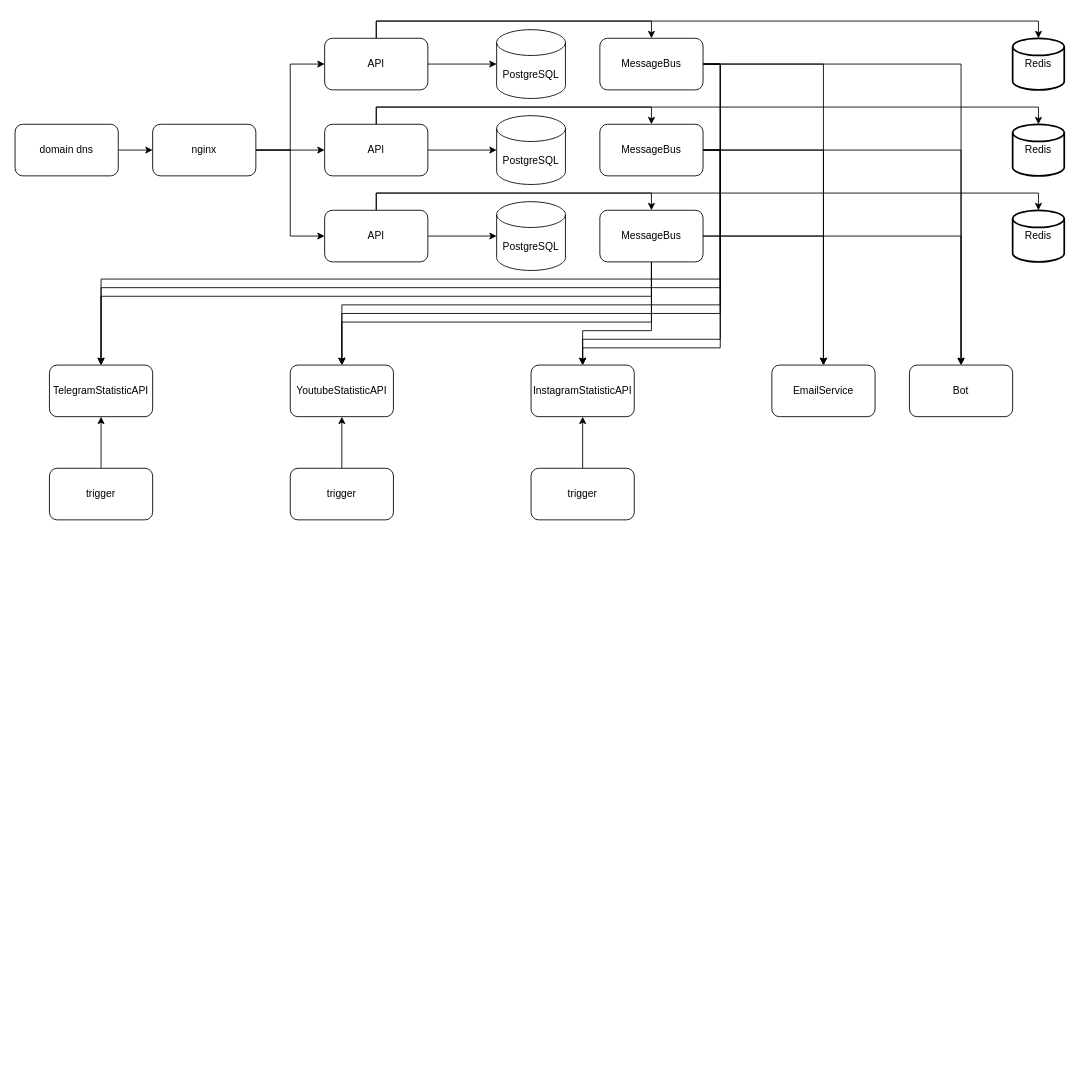
Before: page "CommonScheme" (4 of 7) of Advertiser-Blogger.drawio in KmvRoman/Diagrams, a draw.io diagram. Source tidied: cells renumbered, new cells numbered last; positions are measured from the earlier drawing's top-left corner, leaving out a move shared by most shapes. Both pictures are drawn from the tidied source at 86%, with x=0, y=0 at pixel (15, 29).
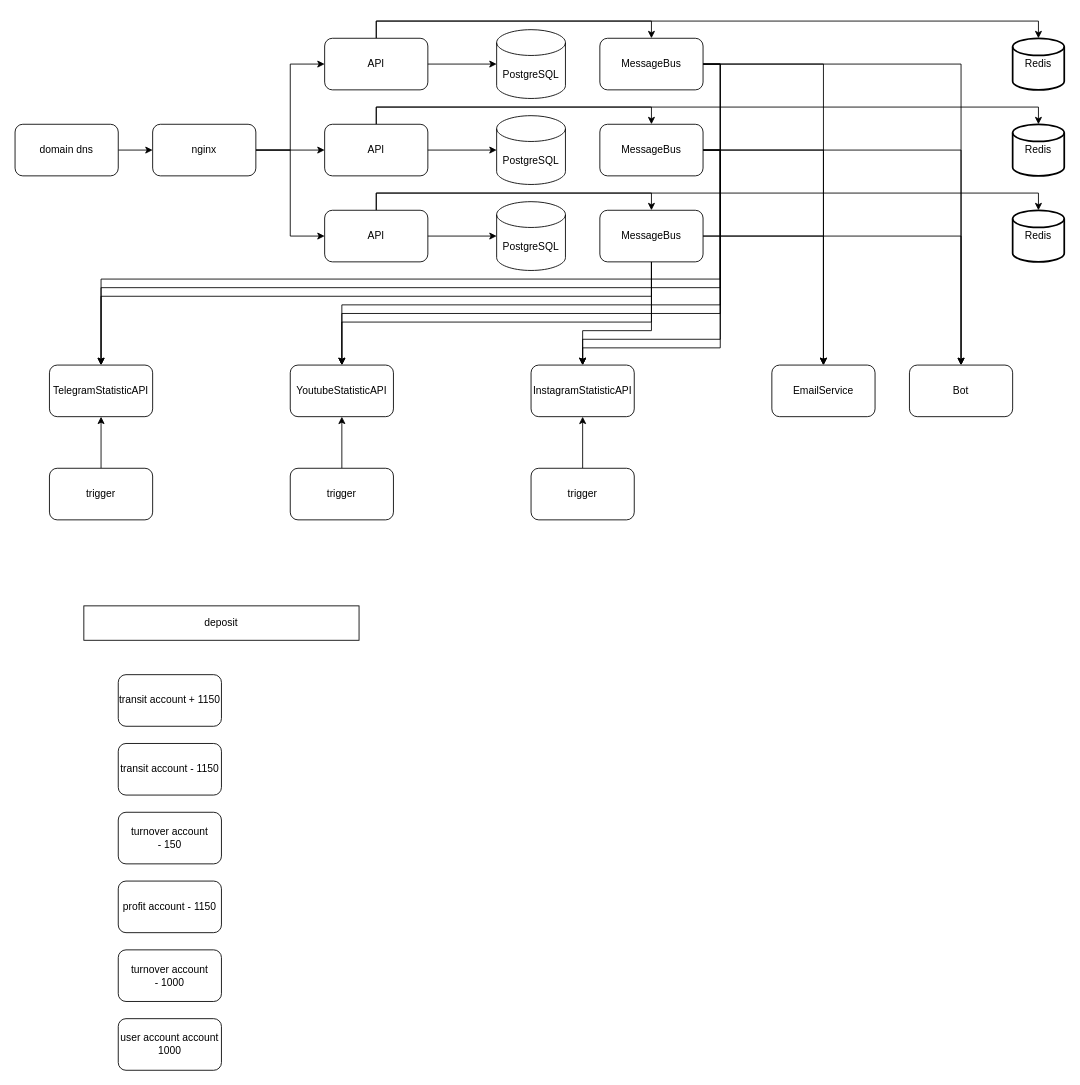
The same page after the edit.

The edit, as a diff of the source:
```diff
@@
+    <mxCell id="55" value="deposit" style="rounded=0;whiteSpace=wrap;html=1;" parent="1" vertex="1">
+      <mxGeometry x="80" y="670" width="320" height="40" as="geometry" />
+    </mxCell>
+    <mxCell id="56" value="transit account + 1150" style="rounded=1;whiteSpace=wrap;html=1;" parent="1" vertex="1">
+      <mxGeometry x="120" y="750" width="120" height="60" as="geometry" />
+    </mxCell>
+    <mxCell id="57" value="transit account - 1150" style="rounded=1;whiteSpace=wrap;html=1;" parent="1" vertex="1">
+      <mxGeometry x="120" y="830" width="120" height="60" as="geometry" />
+    </mxCell>
+    <mxCell id="58" value="turnover account &lt;br&gt;- 150" style="rounded=1;whiteSpace=wrap;html=1;" parent="1" vertex="1">
+      <mxGeometry x="120" y="910" width="120" height="60" as="geometry" />
+    </mxCell>
+    <mxCell id="59" value="profit account - 1150" style="rounded=1;whiteSpace=wrap;html=1;" parent="1" vertex="1">
+      <mxGeometry x="120" y="990" width="120" height="60" as="geometry" />
+    </mxCell>
+    <mxCell id="60" value="turnover account &lt;br&gt;- 1000" style="rounded=1;whiteSpace=wrap;html=1;" parent="1" vertex="1">
+      <mxGeometry x="120" y="1070" width="120" height="60" as="geometry" />
+    </mxCell>
+    <mxCell id="61" value="user account account 1000" style="rounded=1;whiteSpace=wrap;html=1;" parent="1" vertex="1">
+      <mxGeometry x="120" y="1150" width="120" height="60" as="geometry" />
+    </mxCell>
```
